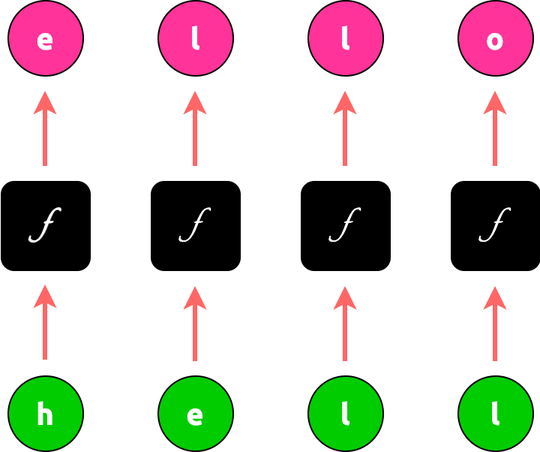
Before: docs/source/img/rnn-4-black-boxes.png, a diagram exported from draw.io (QubitPi/lamassu). Source tidied: cells renumbered, new cells last; positions are measured from the earlier drawing's top-left corner, leaving out a move shared by most shapes.
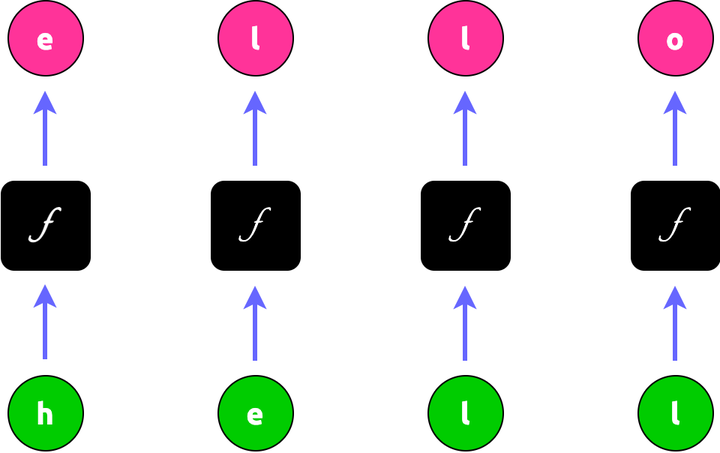
After the change.

Change to the diagram source:
```diff
@@ -3,87 +3,87 @@
     <mxCell id="0" />
     <mxCell id="1" parent="0" />
     <mxCell id="2" value="&lt;font size=&quot;1&quot; face=&quot;Italianno&quot; style=&quot;&quot; color=&quot;#ffffff&quot;&gt;&lt;b style=&quot;font-size: 27px;&quot;&gt;f&lt;/b&gt;&lt;/font&gt;" style="rounded=1;whiteSpace=wrap;html=1;fillColor=#000000;strokeColor=none;fontColor=#FF6666;" parent="1" vertex="1">
-      <mxGeometry y="120" width="60" height="60" as="geometry" />
+      <mxGeometry x="-80" y="120" width="60" height="60" as="geometry" />
     </mxCell>
     <mxCell id="3" value="&lt;font color=&quot;#ffffff&quot; face=&quot;Italianno&quot; style=&quot;font-size: 27px;&quot;&gt;f&lt;/font&gt;" style="rounded=1;whiteSpace=wrap;html=1;fillColor=#000000;strokeColor=none;fontColor=#FF6666;" parent="1" vertex="1">
-      <mxGeometry x="100" y="120" width="60" height="60" as="geometry" />
+      <mxGeometry x="60" y="120" width="60" height="60" as="geometry" />
     </mxCell>
     <mxCell id="4" value="&lt;span style=&quot;color: rgb(255, 255, 255); font-family: Italianno; font-size: 27px;&quot;&gt;f&lt;/span&gt;" style="rounded=1;whiteSpace=wrap;html=1;fillColor=#000000;strokeColor=none;fontColor=#FF6666;" parent="1" vertex="1">
       <mxGeometry x="200" y="120" width="60" height="60" as="geometry" />
     </mxCell>
     <mxCell id="5" value="&lt;span style=&quot;color: rgb(255, 255, 255); font-family: Italianno; font-size: 27px;&quot;&gt;f&lt;/span&gt;" style="rounded=1;whiteSpace=wrap;html=1;fillColor=#000000;strokeColor=none;fontColor=#FF6666;" parent="1" vertex="1">
-      <mxGeometry x="300" y="120" width="60" height="60" as="geometry" />
+      <mxGeometry x="340" y="120" width="60" height="60" as="geometry" />
     </mxCell>
-    <mxCell id="6" style="edgeStyle=orthogonalEdgeStyle;rounded=0;orthogonalLoop=1;jettySize=auto;html=1;exitX=0.5;exitY=0;exitDx=0;exitDy=0;strokeWidth=3;strokeColor=#FF6666;fontColor=#FF6666;" parent="1" edge="1">
+    <mxCell id="6" style="edgeStyle=orthogonalEdgeStyle;rounded=0;orthogonalLoop=1;jettySize=auto;html=1;exitX=0.5;exitY=0;exitDx=0;exitDy=0;strokeWidth=3;strokeColor=#6666FF;fontColor=#FF6666;" parent="1" edge="1">
       <mxGeometry relative="1" as="geometry">
-        <mxPoint x="29.5" y="239" as="sourcePoint" />
-        <mxPoint x="29.5" y="189" as="targetPoint" />
+        <mxPoint x="-50.5" y="239" as="sourcePoint" />
+        <mxPoint x="-50.5" y="189" as="targetPoint" />
       </mxGeometry>
     </mxCell>
     <mxCell id="7" value="&lt;font face=&quot;Ubuntu&quot; style=&quot;font-size: 20px;&quot;&gt;&lt;b&gt;h&lt;/b&gt;&lt;/font&gt;" style="ellipse;whiteSpace=wrap;html=1;fillColor=#00CC00;fontColor=#FFFFFF;" parent="1" vertex="1">
-      <mxGeometry x="5" y="250" width="50" height="50" as="geometry" />
+      <mxGeometry x="-75" y="250" width="50" height="50" as="geometry" />
     </mxCell>
-    <mxCell id="8" style="edgeStyle=orthogonalEdgeStyle;rounded=0;orthogonalLoop=1;jettySize=auto;html=1;exitX=0.5;exitY=0;exitDx=0;exitDy=0;strokeWidth=3;strokeColor=#FF6666;fontColor=#FF6666;" parent="1" edge="1">
+    <mxCell id="8" style="edgeStyle=orthogonalEdgeStyle;rounded=0;orthogonalLoop=1;jettySize=auto;html=1;exitX=0.5;exitY=0;exitDx=0;exitDy=0;strokeWidth=3;strokeColor=#6666FF;fontColor=#FF6666;" parent="1" edge="1">
       <mxGeometry relative="1" as="geometry">
-        <mxPoint x="29.5" y="110" as="sourcePoint" />
-        <mxPoint x="29.5" y="60" as="targetPoint" />
+        <mxPoint x="-50.5" y="110" as="sourcePoint" />
+        <mxPoint x="-50.5" y="60" as="targetPoint" />
       </mxGeometry>
     </mxCell>
     <mxCell id="9" value="&lt;font face=&quot;Ubuntu&quot;&gt;&lt;span style=&quot;font-size: 20px;&quot;&gt;&lt;b&gt;e&lt;/b&gt;&lt;/span&gt;&lt;/font&gt;" style="ellipse;whiteSpace=wrap;html=1;fillColor=#FF3399;fontColor=#FFFFFF;" parent="1" vertex="1">
-      <mxGeometry x="5" width="50" height="50" as="geometry" />
+      <mxGeometry x="-75" width="50" height="50" as="geometry" />
     </mxCell>
     <mxCell id="10" value="&lt;font face=&quot;Ubuntu&quot;&gt;&lt;span style=&quot;font-size: 20px;&quot;&gt;&lt;b&gt;l&lt;/b&gt;&lt;/span&gt;&lt;/font&gt;" style="ellipse;whiteSpace=wrap;html=1;fillColor=#FF3399;fontColor=#FFFFFF;" parent="1" vertex="1">
-      <mxGeometry x="105" width="50" height="50" as="geometry" />
+      <mxGeometry x="65" width="50" height="50" as="geometry" />
     </mxCell>
     <mxCell id="11" value="&lt;font face=&quot;Ubuntu&quot;&gt;&lt;span style=&quot;font-size: 20px;&quot;&gt;&lt;b&gt;l&lt;/b&gt;&lt;/span&gt;&lt;/font&gt;" style="ellipse;whiteSpace=wrap;html=1;fillColor=#FF3399;fontColor=#FFFFFF;" parent="1" vertex="1">
       <mxGeometry x="205" width="50" height="50" as="geometry" />
     </mxCell>
     <mxCell id="12" value="&lt;font face=&quot;Ubuntu&quot;&gt;&lt;span style=&quot;font-size: 20px;&quot;&gt;&lt;b&gt;o&lt;/b&gt;&lt;/span&gt;&lt;/font&gt;" style="ellipse;whiteSpace=wrap;html=1;fillColor=#FF3399;fontColor=#FFFFFF;" parent="1" vertex="1">
-      <mxGeometry x="305" width="50" height="50" as="geometry" />
+      <mxGeometry x="345" width="50" height="50" as="geometry" />
     </mxCell>
-    <mxCell id="13" style="edgeStyle=orthogonalEdgeStyle;rounded=0;orthogonalLoop=1;jettySize=auto;html=1;exitX=0.5;exitY=0;exitDx=0;exitDy=0;strokeWidth=3;strokeColor=#FF6666;fontColor=#FF6666;" parent="1" edge="1">
+    <mxCell id="13" style="edgeStyle=orthogonalEdgeStyle;rounded=0;orthogonalLoop=1;jettySize=auto;html=1;exitX=0.5;exitY=0;exitDx=0;exitDy=0;strokeWidth=3;strokeColor=#6666FF;fontColor=#FF6666;" parent="1" edge="1">
       <mxGeometry relative="1" as="geometry">
-        <mxPoint x="129.5" y="110" as="sourcePoint" />
-        <mxPoint x="129.5" y="60" as="targetPoint" />
+        <mxPoint x="89.5" y="110" as="sourcePoint" />
+        <mxPoint x="89.5" y="60" as="targetPoint" />
       </mxGeometry>
     </mxCell>
-    <mxCell id="14" style="edgeStyle=orthogonalEdgeStyle;rounded=0;orthogonalLoop=1;jettySize=auto;html=1;exitX=0.5;exitY=0;exitDx=0;exitDy=0;strokeWidth=3;strokeColor=#FF6666;fontColor=#FF6666;" parent="1" edge="1">
+    <mxCell id="14" style="edgeStyle=orthogonalEdgeStyle;rounded=0;orthogonalLoop=1;jettySize=auto;html=1;exitX=0.5;exitY=0;exitDx=0;exitDy=0;strokeWidth=3;strokeColor=#6666FF;fontColor=#FF6666;" parent="1" edge="1">
       <mxGeometry relative="1" as="geometry">
         <mxPoint x="229.5" y="110" as="sourcePoint" />
         <mxPoint x="229.5" y="60" as="targetPoint" />
       </mxGeometry>
     </mxCell>
-    <mxCell id="15" style="edgeStyle=orthogonalEdgeStyle;rounded=0;orthogonalLoop=1;jettySize=auto;html=1;exitX=0.5;exitY=0;exitDx=0;exitDy=0;strokeWidth=3;strokeColor=#FF6666;fontColor=#FF6666;" parent="1" edge="1">
+    <mxCell id="15" style="edgeStyle=orthogonalEdgeStyle;rounded=0;orthogonalLoop=1;jettySize=auto;html=1;exitX=0.5;exitY=0;exitDx=0;exitDy=0;strokeWidth=3;strokeColor=#6666FF;fontColor=#FF6666;" parent="1" edge="1">
       <mxGeometry relative="1" as="geometry">
-        <mxPoint x="329.5" y="110" as="sourcePoint" />
-        <mxPoint x="329.5" y="60" as="targetPoint" />
+        <mxPoint x="369.5" y="110" as="sourcePoint" />
+        <mxPoint x="369.5" y="60" as="targetPoint" />
       </mxGeometry>
     </mxCell>
     <mxCell id="16" value="&lt;font face=&quot;Ubuntu&quot; style=&quot;font-size: 20px;&quot;&gt;&lt;b&gt;e&lt;/b&gt;&lt;/font&gt;" style="ellipse;whiteSpace=wrap;html=1;fillColor=#00CC00;fontColor=#FFFFFF;" parent="1" vertex="1">
-      <mxGeometry x="105" y="250" width="50" height="50" as="geometry" />
+      <mxGeometry x="65" y="250" width="50" height="50" as="geometry" />
     </mxCell>
     <mxCell id="17" value="&lt;font face=&quot;Ubuntu&quot; style=&quot;font-size: 20px;&quot;&gt;&lt;b&gt;l&lt;/b&gt;&lt;/font&gt;" style="ellipse;whiteSpace=wrap;html=1;fillColor=#00CC00;fontColor=#FFFFFF;" parent="1" vertex="1">
       <mxGeometry x="205" y="250" width="50" height="50" as="geometry" />
     </mxCell>
     <mxCell id="18" value="&lt;font face=&quot;Ubuntu&quot; style=&quot;font-size: 20px;&quot;&gt;&lt;b&gt;l&lt;/b&gt;&lt;/font&gt;" style="ellipse;whiteSpace=wrap;html=1;fillColor=#00CC00;fontColor=#FFFFFF;" parent="1" vertex="1">
-      <mxGeometry x="305" y="250" width="50" height="50" as="geometry" />
+      <mxGeometry x="345" y="250" width="50" height="50" as="geometry" />
     </mxCell>
-    <mxCell id="19" style="edgeStyle=orthogonalEdgeStyle;rounded=0;orthogonalLoop=1;jettySize=auto;html=1;exitX=0.5;exitY=0;exitDx=0;exitDy=0;strokeWidth=3;strokeColor=#FF6666;fontColor=#FF6666;" parent="1" edge="1">
+    <mxCell id="19" style="edgeStyle=orthogonalEdgeStyle;rounded=0;orthogonalLoop=1;jettySize=auto;html=1;exitX=0.5;exitY=0;exitDx=0;exitDy=0;strokeWidth=3;strokeColor=#6666FF;fontColor=#FF6666;" parent="1" edge="1">
       <mxGeometry relative="1" as="geometry">
-        <mxPoint x="129.5" y="240" as="sourcePoint" />
-        <mxPoint x="129.5" y="190" as="targetPoint" />
+        <mxPoint x="89.5" y="240" as="sourcePoint" />
+        <mxPoint x="89.5" y="190" as="targetPoint" />
       </mxGeometry>
     </mxCell>
-    <mxCell id="20" style="edgeStyle=orthogonalEdgeStyle;rounded=0;orthogonalLoop=1;jettySize=auto;html=1;exitX=0.5;exitY=0;exitDx=0;exitDy=0;strokeWidth=3;strokeColor=#FF6666;fontColor=#FF6666;" parent="1" edge="1">
+    <mxCell id="20" style="edgeStyle=orthogonalEdgeStyle;rounded=0;orthogonalLoop=1;jettySize=auto;html=1;exitX=0.5;exitY=0;exitDx=0;exitDy=0;strokeWidth=3;strokeColor=#6666FF;fontColor=#FF6666;" parent="1" edge="1">
       <mxGeometry relative="1" as="geometry">
         <mxPoint x="229.5" y="240" as="sourcePoint" />
         <mxPoint x="229.5" y="190" as="targetPoint" />
       </mxGeometry>
     </mxCell>
-    <mxCell id="21" style="edgeStyle=orthogonalEdgeStyle;rounded=0;orthogonalLoop=1;jettySize=auto;html=1;exitX=0.5;exitY=0;exitDx=0;exitDy=0;strokeWidth=3;strokeColor=#FF6666;fontColor=#FF6666;" parent="1" edge="1">
+    <mxCell id="21" style="edgeStyle=orthogonalEdgeStyle;rounded=0;orthogonalLoop=1;jettySize=auto;html=1;exitX=0.5;exitY=0;exitDx=0;exitDy=0;strokeWidth=3;strokeColor=#6666FF;fontColor=#FF6666;" parent="1" edge="1">
       <mxGeometry relative="1" as="geometry">
-        <mxPoint x="329.5" y="240" as="sourcePoint" />
-        <mxPoint x="329.5" y="190" as="targetPoint" />
+        <mxPoint x="369.5" y="240" as="sourcePoint" />
+        <mxPoint x="369.5" y="190" as="targetPoint" />
       </mxGeometry>
     </mxCell>
   </root>
```
